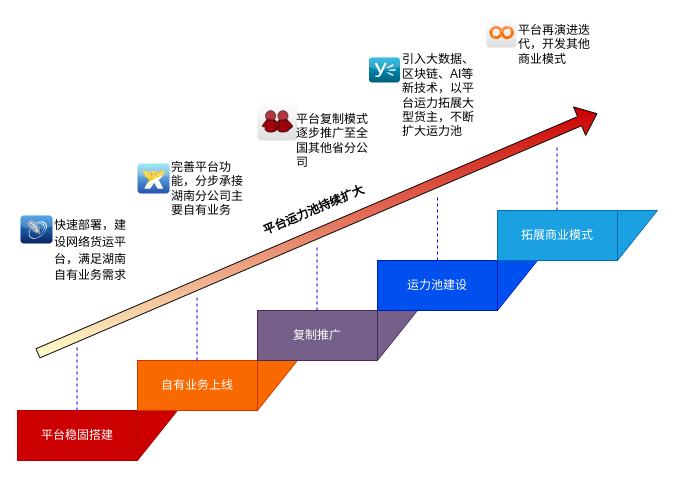
chenyibang/rdpwrap keeps this draw.io diagram as test.drawio. Above is the earlier version. Source tidied: cells renumbered, new cells numbered last; positions are measured from the earlier drawing's top-left corner, leaving out a move shared by most shapes. Both pictures are drawn from the tidied source at 100%, with x=0, y=0 at pixel (17, 17).
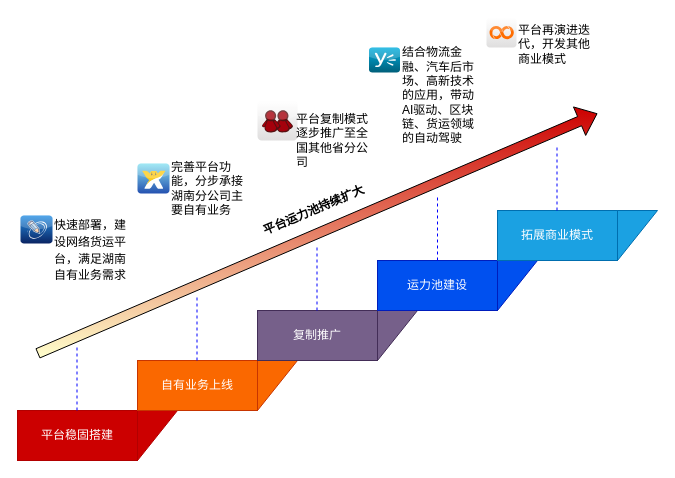
Above is the later version.

Change to the diagram source:
```diff
@@
     <mxCell id="24" style="dashed=0;html=1;align=center;labelPosition=center;verticalLabelPosition=bottom;verticalAlign=top;shape=mxgraph.webicons.yammer;fillColor=#00AFE0;gradientColor=#005F7A;strokeColor=#003300;fontSize=14;fontColor=#FFFFFF;" parent="1" vertex="1">
-      <mxGeometry x="351.5" y="40" width="31" height="25" as="geometry" />
+      <mxGeometry x="351.5" y="30" width="31" height="25" as="geometry" />
     </mxCell>
@@
-    <mxCell id="27" value="&lt;p class=&quot;MsoNormal&quot;&gt;&lt;font face=&quot;宋体&quot;&gt;引入大数据、区块链、AI等新技术，以平台运力拓展大型货主，不断扩大运力池&lt;/font&gt;&lt;br&gt;&lt;/p&gt;" style="text;html=1;strokeColor=none;fillColor=none;align=left;verticalAlign=middle;whiteSpace=wrap;rounded=0;fontSize=12;fontColor=#000000;" parent="1" vertex="1">
+    <mxCell id="27" value="&lt;p class=&quot;MsoNormal&quot;&gt;&lt;font face=&quot;宋体&quot;&gt;结合物流金融、汽车后市场、高新技术的应用，带动AI驱动、区块链、货运领域的自动驾驶&lt;/font&gt;&lt;br&gt;&lt;/p&gt;" style="text;html=1;strokeColor=none;fillColor=none;align=left;verticalAlign=middle;whiteSpace=wrap;rounded=0;fontSize=12;fontColor=#000000;" parent="1" vertex="1">
       <mxGeometry x="382.5" y="68" width="80" height="20" as="geometry" />
     </mxCell>
```
